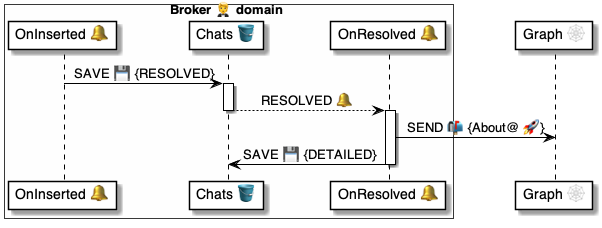
The PlantUML diagram 4 ⚙️ Solution/20 🧑‍🦰 UI/Brokers 🤵/🤵🪣 Broker tables/Chats 💬 table/🪣🧱 12 Resolved 🔔 event/🤵 OnChatResolved ⚙️ uml.png in pollyweb-org/pollyweb-docs, before a commit. Its source is kept beside it as 4 ⚙️ Solution/20 🧑‍🦰 UI/Brokers 🤵/🤵🪣 Broker tables/Chats 💬 table/🪣🧱 12 Resolved 🔔 event/🤵 OnChatResolved ⚙️ uml.puml.
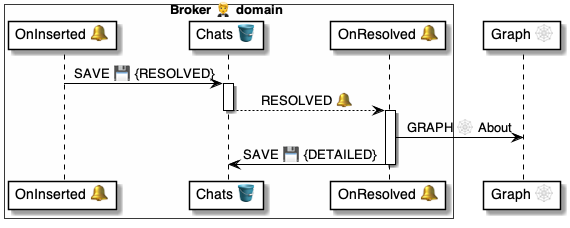
The same file after the commit.

Diff of the diagram source:
```diff
@@ -16,7 +16,7 @@
 deactivate table
 
 activate handler
-    handler -> graph: SEND 📬 {About@ 🚀}
+    handler -> graph: GRAPH 🕸 About
     handler -> table: SAVE 💾 {DETAILED}
 deactivate handler
 
```
